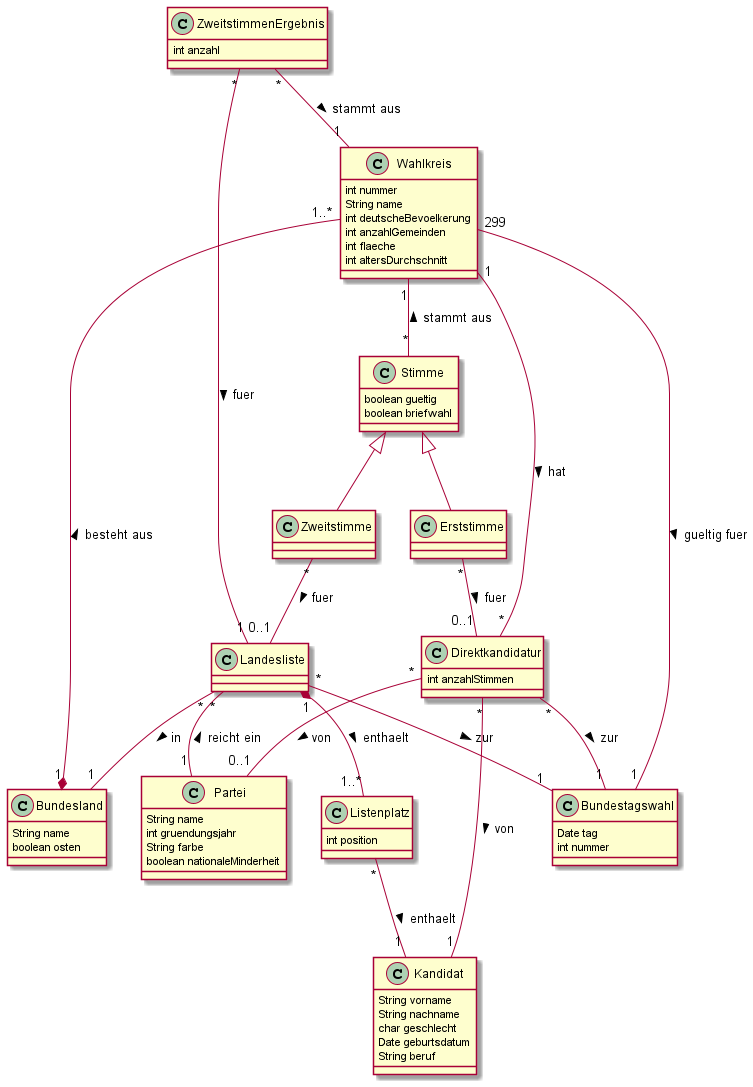
Before: Blatt3/Entwurf.png, a diagram exported from PlantUML (Toemmsche/database-systems-project-mirror).
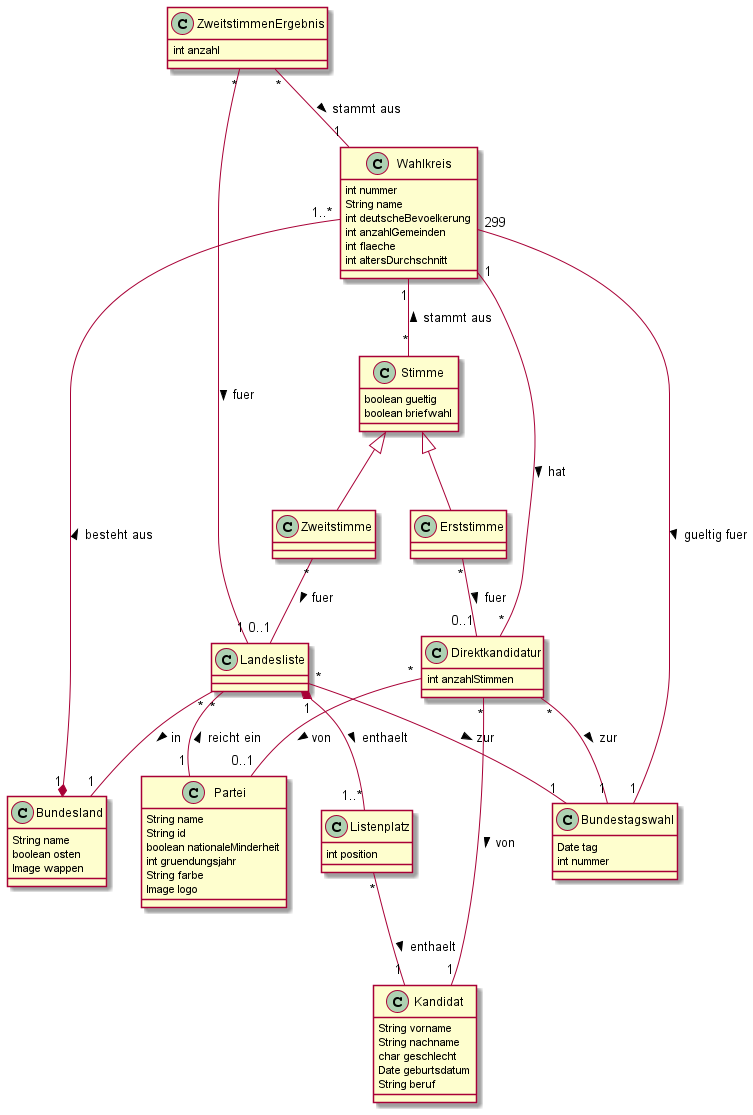
The same file after the commit.

Change to the diagram source:
```diff
@@ -10,13 +10,16 @@
 class Bundesland {
     String name
     boolean osten
+    Image wappen
 }
 
 class Partei {
     String name
+    String id
+    boolean nationaleMinderheit
     int gruendungsjahr
     String farbe
-    boolean nationaleMinderheit
+    Image logo
 }
 
 class Bundestagswahl{
```
